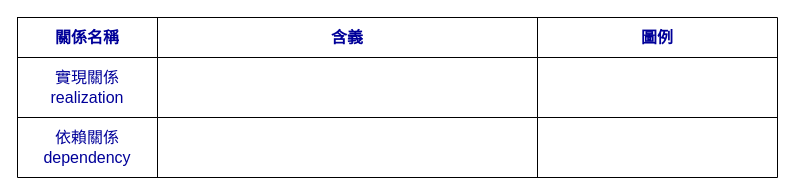
Earlier version of the draw.io diagram Relationships.drawio (wei0728/UML-diagram). Source tidied: cells renumbered, new cells numbered last; positions are measured from the earlier drawing's top-left corner, leaving out a move shared by most shapes. Both pictures are drawn from the tidied source at 100%, with x=0, y=0 at pixel (17, 17).
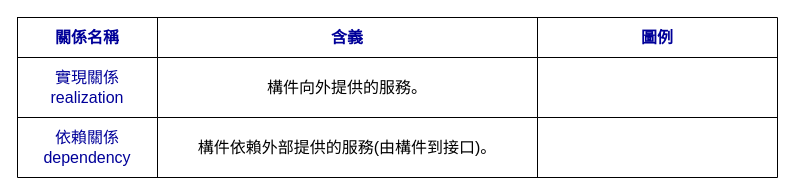
The same diagram, later.

Diff of the diagram source:
```diff
@@
 <mxGraphModel>
   <root>
     <mxCell id="0" />
     <mxCell id="1" parent="0" />
     <mxCell id="2" style="shape=table;startSize=0;childLayout=tableLayout;fontSize=16;" parent="1" vertex="1">
       <mxGeometry width="760" height="160" as="geometry" />
     </mxCell>
     <mxCell id="3" style="shape=tableRow;horizontal=0;startSize=0;swimlaneHead=0;swimlaneBody=0;strokeColor=inherit;top=0;left=0;bottom=0;right=0;fillColor=none;fontSize=16;" parent="2" vertex="1">
       <mxGeometry width="760" height="40" as="geometry" />
     </mxCell>
     <mxCell id="4" value="&lt;font color=&quot;#000099&quot;&gt;&lt;b&gt;關係名稱&lt;/b&gt;&lt;/font&gt;" style="shape=partialRectangle;html=1;whiteSpace=wrap;strokeColor=inherit;overflow=hidden;fillColor=none;top=0;left=0;bottom=0;right=0;fontSize=16;" parent="3" vertex="1">
       <mxGeometry width="140" height="40" as="geometry" />
     </mxCell>
     <mxCell id="5" value="&lt;font color=&quot;#000099&quot;&gt;&lt;b&gt;含義&lt;/b&gt;&lt;/font&gt;" style="shape=partialRectangle;html=1;whiteSpace=wrap;strokeColor=inherit;overflow=hidden;fillColor=none;top=0;left=0;bottom=0;right=0;fontSize=16;" parent="3" vertex="1">
       <mxGeometry x="140" width="380" height="40" as="geometry" />
     </mxCell>
     <mxCell id="6" value="&lt;b&gt;&lt;font color=&quot;#000099&quot;&gt;圖例&lt;/font&gt;&lt;/b&gt;" style="shape=partialRectangle;html=1;whiteSpace=wrap;strokeColor=inherit;overflow=hidden;fillColor=none;top=0;left=0;bottom=0;right=0;fontSize=16;" parent="3" vertex="1">
       <mxGeometry x="520" width="240" height="40" as="geometry" />
     </mxCell>
     <mxCell id="7" style="shape=tableRow;horizontal=0;startSize=0;swimlaneHead=0;swimlaneBody=0;strokeColor=inherit;top=0;left=0;bottom=0;right=0;fillColor=none;fontSize=16;" parent="2" vertex="1">
       <mxGeometry y="40" width="760" height="60" as="geometry" />
     </mxCell>
     <mxCell id="8" value="&lt;font color=&quot;#000099&quot;&gt;實現關係&lt;br&gt;realization&lt;/font&gt;" style="shape=partialRectangle;html=1;whiteSpace=wrap;strokeColor=inherit;overflow=hidden;fillColor=none;top=0;left=0;bottom=0;right=0;fontSize=16;" parent="7" vertex="1">
       <mxGeometry width="140" height="60" as="geometry" />
     </mxCell>
-    <mxCell id="9" style="shape=partialRectangle;html=1;whiteSpace=wrap;strokeColor=inherit;overflow=hidden;fillColor=none;top=0;left=0;bottom=0;right=0;fontSize=16;" parent="7" vertex="1">
+    <mxCell id="9" value="構件向外提供的服務。" style="shape=partialRectangle;html=1;whiteSpace=wrap;strokeColor=inherit;overflow=hidden;fillColor=none;top=0;left=0;bottom=0;right=0;fontSize=16;" parent="7" vertex="1">
       <mxGeometry x="140" width="380" height="60" as="geometry" />
     </mxCell>
     <mxCell id="10" style="shape=partialRectangle;html=1;whiteSpace=wrap;strokeColor=inherit;overflow=hidden;fillColor=none;top=0;left=0;bottom=0;right=0;fontSize=16;" parent="7" vertex="1">
       <mxGeometry x="520" width="240" height="60" as="geometry" />
     </mxCell>
     <mxCell id="11" style="shape=tableRow;horizontal=0;startSize=0;swimlaneHead=0;swimlaneBody=0;strokeColor=inherit;top=0;left=0;bottom=0;right=0;fillColor=none;fontSize=16;" parent="2" vertex="1">
       <mxGeometry y="100" width="760" height="60" as="geometry" />
     </mxCell>
     <mxCell id="12" value="&lt;font color=&quot;#000099&quot;&gt;依賴關係&lt;br style=&quot;border-color: var(--border-color);&quot;&gt;dependency&lt;/font&gt;" style="shape=partialRectangle;html=1;whiteSpace=wrap;strokeColor=inherit;overflow=hidden;fillColor=none;top=0;left=0;bottom=0;right=0;fontSize=16;" parent="11" vertex="1">
       <mxGeometry width="140" height="60" as="geometry" />
     </mxCell>
-    <mxCell id="13" style="shape=partialRectangle;html=1;whiteSpace=wrap;strokeColor=inherit;overflow=hidden;fillColor=none;top=0;left=0;bottom=0;right=0;fontSize=16;" parent="11" vertex="1">
+    <mxCell id="13" value="構件依賴外部提供的服務(由構件到接口)。" style="shape=partialRectangle;html=1;whiteSpace=wrap;strokeColor=inherit;overflow=hidden;fillColor=none;top=0;left=0;bottom=0;right=0;fontSize=16;" parent="11" vertex="1">
       <mxGeometry x="140" width="380" height="60" as="geometry" />
     </mxCell>
     <mxCell id="14" style="shape=partialRectangle;html=1;whiteSpace=wrap;strokeColor=inherit;overflow=hidden;fillColor=none;top=0;left=0;bottom=0;right=0;fontSize=16;" parent="11" vertex="1">
       <mxGeometry x="520" width="240" height="60" as="geometry" />
     </mxCell>
   </root>
 </mxGraphModel>
```
